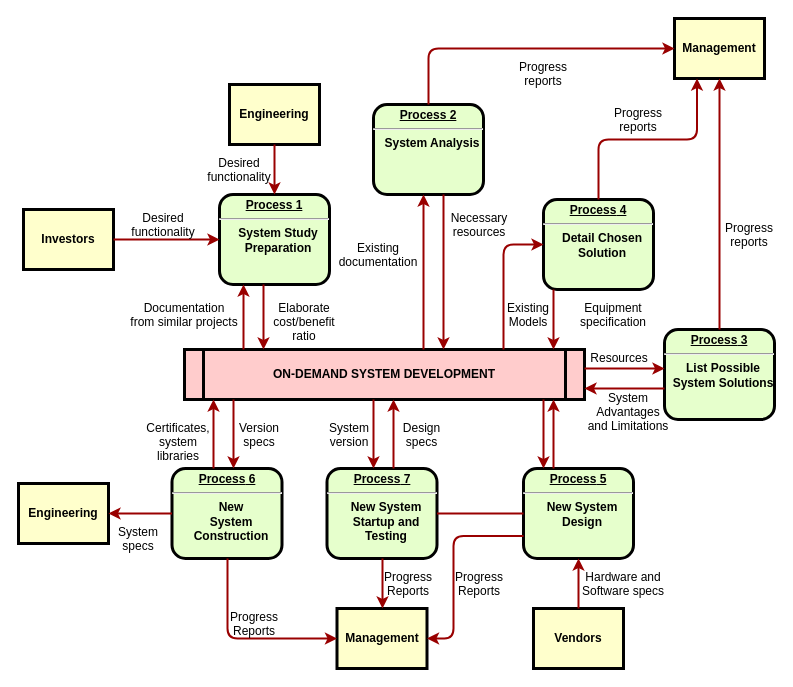
Above: Untitled Diagram.drawio in RASAAS/EUMDR (draw.io), before the change. Source tidied: cells renumbered, new cells numbered last; positions are measured from the earlier drawing's top-left corner, leaving out a move shared by most shapes. Both pictures are drawn from the tidied source at 100%, with x=0, y=0 at pixel (18, 18). Pictures stored in the file or linked from it are replaced by grey dashed boxes.
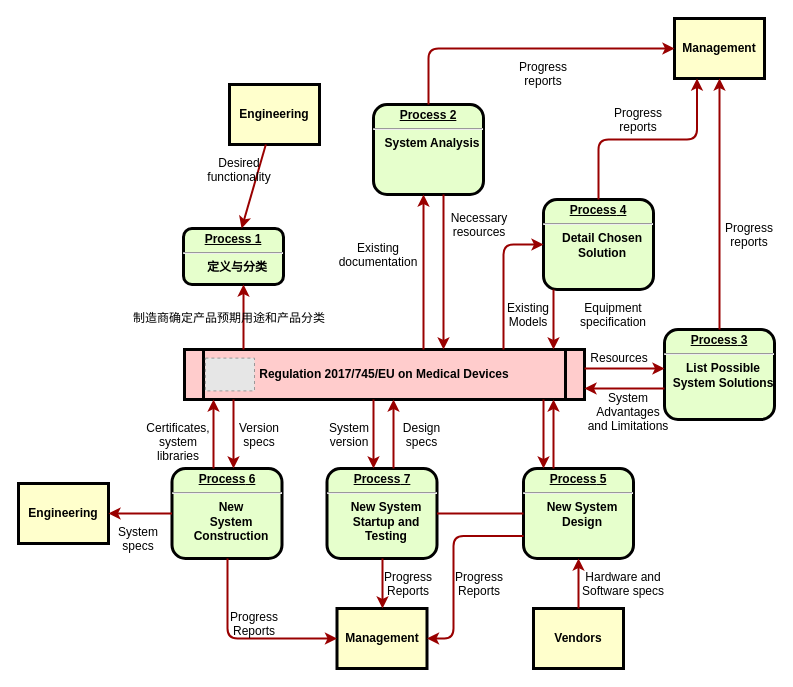
After the change.

Diff of the diagram source:
```diff
@@
-    <mxCell id="2" value="&lt;p style=&quot;margin: 0px; margin-top: 4px; text-align: center; text-decoration: underline;&quot;&gt;&lt;strong&gt;Process 1&lt;br /&gt;&lt;/strong&gt;&lt;/p&gt;&lt;hr /&gt;&lt;p style=&quot;margin: 0px; margin-left: 8px;&quot;&gt;System Study&lt;/p&gt;&lt;p style=&quot;margin: 0px; margin-left: 8px;&quot;&gt;Preparation&lt;/p&gt;" style="verticalAlign=middle;align=center;overflow=fill;fontSize=12;fontFamily=Helvetica;html=1;rounded=1;fontStyle=1;strokeWidth=3;fillColor=#E6FFCC;" parent="1" vertex="1">
-      <mxGeometry x="201" y="176" width="110" height="90" as="geometry" />
+    <mxCell id="2" value="&lt;p style=&quot;margin: 0px ; margin-top: 4px ; text-align: center ; text-decoration: underline&quot;&gt;&lt;strong&gt;Process 1&lt;br&gt;&lt;/strong&gt;&lt;/p&gt;&lt;hr&gt;&lt;p style=&quot;margin: 0px ; margin-left: 8px&quot;&gt;定义与分类&lt;/p&gt;" style="verticalAlign=middle;align=center;overflow=fill;fontSize=12;fontFamily=Helvetica;html=1;rounded=1;fontStyle=1;strokeWidth=3;fillColor=#E6FFCC;" parent="1" vertex="1">
+      <mxGeometry x="165" y="210" width="100" height="56" as="geometry" />
     </mxCell>
@@
-    <mxCell id="4" value="Investors" style="whiteSpace=wrap;align=center;verticalAlign=middle;fontStyle=1;strokeWidth=3;fillColor=#FFFFCC;" parent="1" vertex="1">
-      <mxGeometry x="5" y="191" width="90" height="60" as="geometry" />
-    </mxCell>
-    <mxCell id="5" value="ON-DEMAND SYSTEM DEVELOPMENT" style="shape=process;whiteSpace=wrap;align=center;verticalAlign=middle;size=0.0475;fontStyle=1;strokeWidth=3;fillColor=#FFCCCC;" parent="1" vertex="1">
+    <mxCell id="5" value="Regulation 2017/745/EU on Medical Devices" style="shape=process;whiteSpace=wrap;align=center;verticalAlign=middle;size=0.0475;fontStyle=1;strokeWidth=3;fillColor=#FFCCCC;" parent="1" vertex="1">
       <mxGeometry x="166" y="331" width="400" height="50" as="geometry" />
     </mxCell>
@@
-    <mxCell id="16" style="edgeStyle=none;noEdgeStyle=1;strokeColor=#990000;strokeWidth=2;" parent="1" edge="1" source="4" target="2">
-      <mxGeometry relative="1" as="geometry" />
-    </mxCell>
@@
-    <mxCell id="19" value="Desired &#10;functionality" style="text;spacingTop=-5;align=center;" parent="1" vertex="1">
-      <mxGeometry x="130" y="191" width="30" height="20" as="geometry" />
-    </mxCell>
@@
-    <mxCell id="21" value="Documentation&#10;from similar projects" style="text;spacingTop=-5;align=center;" parent="1" vertex="1">
-      <mxGeometry x="151" y="281" width="30" height="20" as="geometry" />
-    </mxCell>
@@
-    <mxCell id="23" style="edgeStyle=elbowEdgeStyle;elbow=horizontal;strokeColor=#990000;strokeWidth=2;" parent="1" edge="1" source="2" target="5">
-      <mxGeometry relative="1" as="geometry">
-        <Array as="points">
-          <mxPoint x="245" y="300" />
-        </Array>
-      </mxGeometry>
-    </mxCell>
-    <mxCell id="24" value="Elaborate&#10;cost/benefit&#10;ratio" style="text;spacingTop=-5;align=center;" parent="1" vertex="1">
-      <mxGeometry x="271" y="281" width="30" height="20" as="geometry" />
-    </mxCell>
@@
+    <mxCell id="21" value="制造商确定产品预期用途和产品分类" style="text;spacingTop=-5;align=center;" parent="1" vertex="1">
+      <mxGeometry x="196" y="291" width="30" height="20" as="geometry" />
+    </mxCell>
+    <mxCell id="63" style="fillColor=#E6E6E6;strokeColor=#999999;dashed=1;verticalLabelPosition=bottom;verticalAlign=top;" parent="1" vertex="1">
+      <mxGeometry x="186.9" y="339.6" width="49.1" height="32.8" as="geometry" />
+    </mxCell>
```
